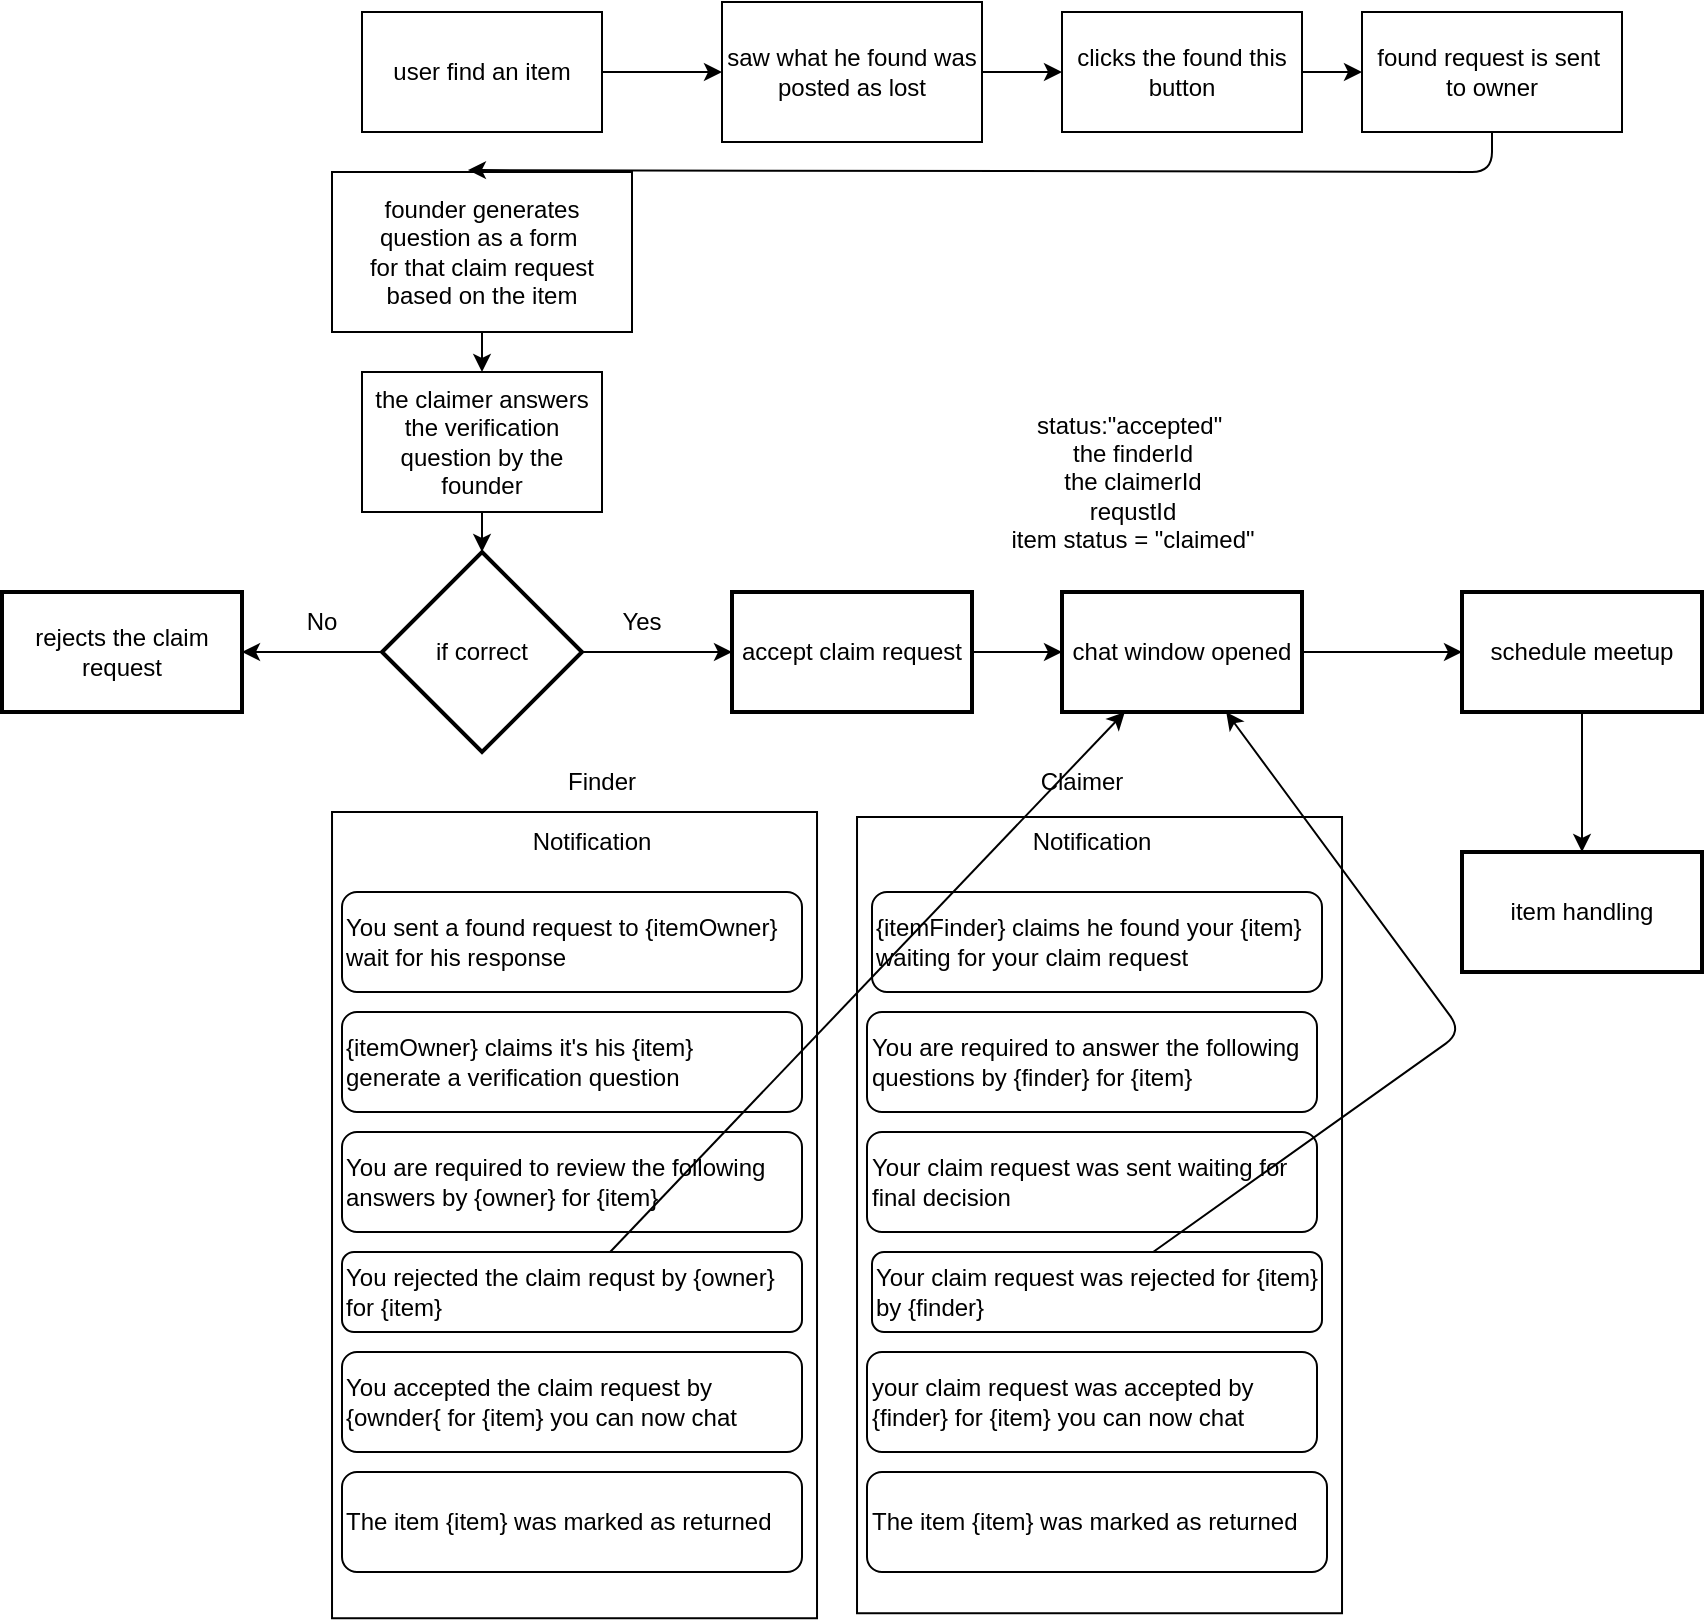
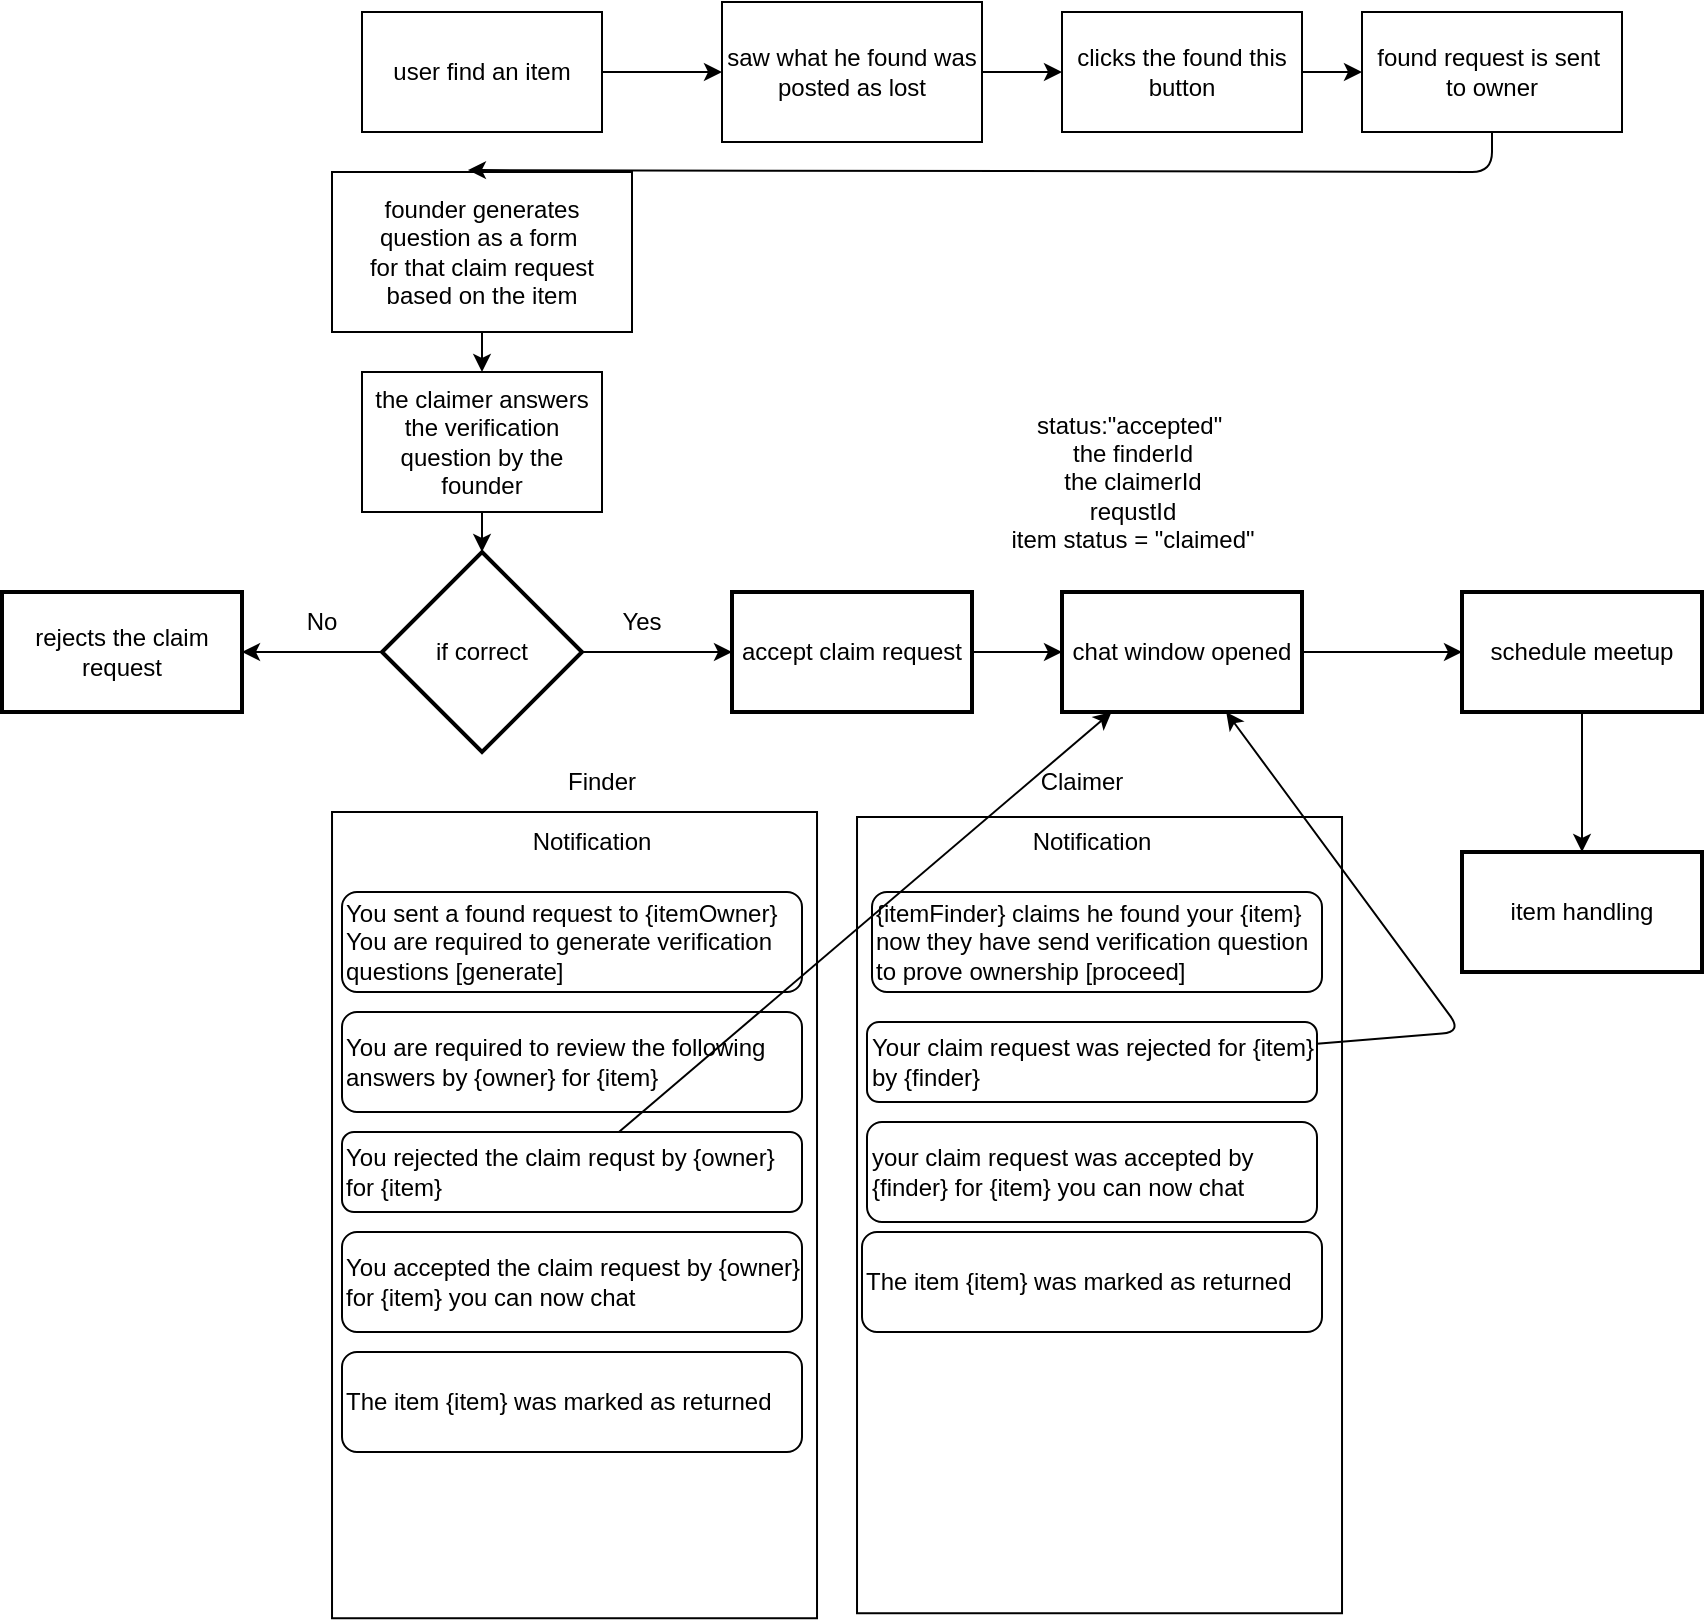
<mxfile host="65bd71144e">
    <diagram id="i1hBtsmhHRajQAO7jnXf" name="Page-1">
        <mxGraphModel dx="1720" dy="475" grid="1" gridSize="10" guides="1" tooltips="1" connect="1" arrows="1" fold="1" page="1" pageScale="1" pageWidth="850" pageHeight="1100" math="0" shadow="0">
            <root>
                <mxCell id="0"/>
                <mxCell id="1" parent="0"/>
                <mxCell id="119" value="" style="edgeStyle=none;html=1;" parent="1" source="120" target="122" edge="1">
                    <mxGeometry relative="1" as="geometry"/>
                </mxCell>
                <mxCell id="120" value="user find an item" style="rounded=0;whiteSpace=wrap;html=1;" parent="1" vertex="1">
                    <mxGeometry x="110" y="140" width="120" height="60" as="geometry"/>
                </mxCell>
                <mxCell id="121" value="" style="edgeStyle=none;html=1;" parent="1" source="122" target="124" edge="1">
                    <mxGeometry relative="1" as="geometry"/>
                </mxCell>
                <mxCell id="122" value="saw what he found was&lt;div&gt;posted as lost&lt;/div&gt;" style="rounded=0;whiteSpace=wrap;html=1;" parent="1" vertex="1">
                    <mxGeometry x="290" y="135" width="130" height="70" as="geometry"/>
                </mxCell>
                <mxCell id="123" value="" style="edgeStyle=none;html=1;" parent="1" source="124" target="125" edge="1">
                    <mxGeometry relative="1" as="geometry"/>
                </mxCell>
                <mxCell id="124" value="clicks the found this&lt;div&gt;button&lt;/div&gt;" style="rounded=0;whiteSpace=wrap;html=1;" parent="1" vertex="1">
                    <mxGeometry x="460" y="140" width="120" height="60" as="geometry"/>
                </mxCell>
                <mxCell id="125" value="found request is sent&amp;nbsp;&lt;div&gt;to owner&lt;/div&gt;" style="rounded=0;whiteSpace=wrap;html=1;" parent="1" vertex="1">
                    <mxGeometry x="610" y="140" width="130" height="60" as="geometry"/>
                </mxCell>
                <mxCell id="126" value="" style="edgeStyle=none;html=1;" parent="1" source="127" target="142" edge="1">
                    <mxGeometry relative="1" as="geometry"/>
                </mxCell>
                <mxCell id="127" value="founder generates&lt;div&gt;question as a form&amp;nbsp;&lt;/div&gt;&lt;div&gt;for that claim request&lt;/div&gt;&lt;div&gt;based on the item&lt;/div&gt;" style="rounded=0;whiteSpace=wrap;html=1;" parent="1" vertex="1">
                    <mxGeometry x="95" y="220" width="150" height="80" as="geometry"/>
                </mxCell>
                <mxCell id="128" style="edgeStyle=none;html=1;entryX=0.453;entryY=-0.012;entryDx=0;entryDy=0;entryPerimeter=0;" parent="1" source="125" target="127" edge="1">
                    <mxGeometry relative="1" as="geometry">
                        <mxPoint x="160" y="260" as="targetPoint"/>
                        <Array as="points">
                            <mxPoint x="675" y="220"/>
                        </Array>
                    </mxGeometry>
                </mxCell>
                <mxCell id="129" value="" style="edgeStyle=none;html=1;" parent="1" source="131" target="132" edge="1">
                    <mxGeometry relative="1" as="geometry"/>
                </mxCell>
                <mxCell id="130" value="" style="edgeStyle=none;html=1;" parent="1" source="131" target="134" edge="1">
                    <mxGeometry relative="1" as="geometry"/>
                </mxCell>
                <mxCell id="131" value="if correct" style="strokeWidth=2;html=1;shape=mxgraph.flowchart.decision;whiteSpace=wrap;" parent="1" vertex="1">
                    <mxGeometry x="120" y="410" width="100" height="100" as="geometry"/>
                </mxCell>
                <mxCell id="132" value="rejects the claim request" style="whiteSpace=wrap;html=1;strokeWidth=2;" parent="1" vertex="1">
                    <mxGeometry x="-70" y="430" width="120" height="60" as="geometry"/>
                </mxCell>
                <mxCell id="133" value="" style="edgeStyle=none;html=1;" parent="1" source="134" target="138" edge="1">
                    <mxGeometry relative="1" as="geometry"/>
                </mxCell>
                <mxCell id="134" value="accept claim request" style="whiteSpace=wrap;html=1;strokeWidth=2;" parent="1" vertex="1">
                    <mxGeometry x="295" y="430" width="120" height="60" as="geometry"/>
                </mxCell>
                <mxCell id="135" value="No" style="text;html=1;align=center;verticalAlign=middle;whiteSpace=wrap;rounded=0;" parent="1" vertex="1">
                    <mxGeometry x="60" y="430" width="60" height="30" as="geometry"/>
                </mxCell>
                <mxCell id="136" value="Yes" style="text;html=1;align=center;verticalAlign=middle;whiteSpace=wrap;rounded=0;" parent="1" vertex="1">
                    <mxGeometry x="220" y="430" width="60" height="30" as="geometry"/>
                </mxCell>
                <mxCell id="137" value="" style="edgeStyle=none;html=1;" parent="1" source="138" target="140" edge="1">
                    <mxGeometry relative="1" as="geometry"/>
                </mxCell>
                <mxCell id="138" value="chat window opened" style="whiteSpace=wrap;html=1;strokeWidth=2;" parent="1" vertex="1">
                    <mxGeometry x="460" y="430" width="120" height="60" as="geometry"/>
                </mxCell>
                <mxCell id="139" value="" style="edgeStyle=none;html=1;" parent="1" source="140" target="162" edge="1">
                    <mxGeometry relative="1" as="geometry"/>
                </mxCell>
                <mxCell id="140" value="schedule meetup" style="whiteSpace=wrap;html=1;strokeWidth=2;" parent="1" vertex="1">
                    <mxGeometry x="660" y="430" width="120" height="60" as="geometry"/>
                </mxCell>
                <mxCell id="141" value="" style="edgeStyle=none;html=1;" parent="1" source="142" target="131" edge="1">
                    <mxGeometry relative="1" as="geometry"/>
                </mxCell>
                <mxCell id="142" value="the claimer answers&lt;div&gt;the verification question by the founder&lt;/div&gt;" style="whiteSpace=wrap;html=1;" parent="1" vertex="1">
                    <mxGeometry x="110" y="320" width="120" height="70" as="geometry"/>
                </mxCell>
                <mxCell id="143" value="" style="rounded=0;whiteSpace=wrap;html=1;rotation=90;" parent="1" vertex="1">
                    <mxGeometry x="14.7" y="620.31" width="403.12" height="242.5" as="geometry"/>
                </mxCell>
                <mxCell id="144" value="Notification" style="text;html=1;align=center;verticalAlign=middle;whiteSpace=wrap;rounded=0;" parent="1" vertex="1">
                    <mxGeometry x="170" y="540" width="110" height="30" as="geometry"/>
                </mxCell>
                <mxCell id="145" value="You rejected the claim requst by {owner} for {item}" style="rounded=1;whiteSpace=wrap;html=1;align=left;" parent="1" vertex="1">
-                     <mxGeometry x="100" y="760" width="230" height="40" as="geometry"/>
+                     <mxGeometry x="100" y="700" width="230" height="40" as="geometry"/>
                </mxCell>
-                 <mxCell id="146" value="&lt;div style=&quot;&quot;&gt;{itemOwner} claims it&#39;s his {item}&lt;/div&gt;&lt;div style=&quot;&quot;&gt;generate a verification question&lt;/div&gt;" style="rounded=1;whiteSpace=wrap;html=1;align=left;" parent="1" vertex="1">
+                 <mxCell id="147" value="You are required to review the following answers by {owner} for {item}" style="rounded=1;whiteSpace=wrap;html=1;align=left;" parent="1" vertex="1">
                    <mxGeometry x="100" y="640" width="230" height="50" as="geometry"/>
                </mxCell>
-                 <mxCell id="147" value="You are required to review the following answers by {owner} for {item}" style="rounded=1;whiteSpace=wrap;html=1;align=left;" parent="1" vertex="1">
-                     <mxGeometry x="100" y="700" width="230" height="50" as="geometry"/>
-                 </mxCell>
-                 <mxCell id="148" value="You accepted the claim request by {ownder{ for {item} you can now chat" style="rounded=1;whiteSpace=wrap;html=1;align=left;" parent="1" vertex="1">
-                     <mxGeometry x="100" y="810" width="230" height="50" as="geometry"/>
+                 <mxCell id="148" value="You accepted the claim request by {owner} for {item} you can now chat" style="rounded=1;whiteSpace=wrap;html=1;align=left;" parent="1" vertex="1">
+                     <mxGeometry x="100" y="750" width="230" height="50" as="geometry"/>
                </mxCell>
                <mxCell id="149" value="" style="rounded=0;whiteSpace=wrap;html=1;rotation=90;" parent="1" vertex="1">
                    <mxGeometry x="279.7" y="620.31" width="398.12" height="242.5" as="geometry"/>
                </mxCell>
                <mxCell id="150" value="Notification" style="text;html=1;align=center;verticalAlign=middle;whiteSpace=wrap;rounded=0;" parent="1" vertex="1">
                    <mxGeometry x="420" y="540" width="110" height="30" as="geometry"/>
                </mxCell>
                <mxCell id="151" value="Your claim request was rejected for {item}&lt;div&gt;by {finder}&lt;/div&gt;" style="rounded=1;whiteSpace=wrap;html=1;align=left;" parent="1" vertex="1">
-                     <mxGeometry x="365" y="760" width="225" height="40" as="geometry"/>
-                 </mxCell>
-                 <mxCell id="152" value="&lt;div style=&quot;&quot;&gt;You are required to answer the following&lt;/div&gt;&lt;div style=&quot;&quot;&gt;questions by {finder} for {item}&lt;/div&gt;" style="rounded=1;whiteSpace=wrap;html=1;align=left;" parent="1" vertex="1">
-                     <mxGeometry x="362.5" y="640" width="225" height="50" as="geometry"/>
-                 </mxCell>
-                 <mxCell id="153" value="Your claim request was sent waiting for final decision" style="rounded=1;whiteSpace=wrap;html=1;align=left;" parent="1" vertex="1">
-                     <mxGeometry x="362.5" y="700" width="225" height="50" as="geometry"/>
+                     <mxGeometry x="362.5" y="645" width="225" height="40" as="geometry"/>
                </mxCell>
                <mxCell id="154" value="your claim request was accepted by {finder} for {item} you can now chat" style="rounded=1;whiteSpace=wrap;html=1;align=left;" parent="1" vertex="1">
-                     <mxGeometry x="362.5" y="810" width="225" height="50" as="geometry"/>
+                     <mxGeometry x="362.5" y="695" width="225" height="50" as="geometry"/>
                </mxCell>
                <mxCell id="155" value="Finder" style="text;html=1;align=center;verticalAlign=middle;whiteSpace=wrap;rounded=0;" parent="1" vertex="1">
                    <mxGeometry x="200" y="510" width="60" height="30" as="geometry"/>
                </mxCell>
                <mxCell id="156" value="Claimer" style="text;html=1;align=center;verticalAlign=middle;whiteSpace=wrap;rounded=0;" parent="1" vertex="1">
                    <mxGeometry x="440" y="510" width="60" height="30" as="geometry"/>
                </mxCell>
-                 <mxCell id="157" value="You sent a found request to {itemOwner}&lt;div&gt;wait for his response&lt;/div&gt;" style="rounded=1;whiteSpace=wrap;html=1;align=left;" parent="1" vertex="1">
+                 <mxCell id="157" value="You sent a found request to {itemOwner}&lt;div&gt;You are required to generate verification questions [generate]&lt;/div&gt;" style="rounded=1;whiteSpace=wrap;html=1;align=left;" parent="1" vertex="1">
                    <mxGeometry x="100" y="580" width="230" height="50" as="geometry"/>
                </mxCell>
-                 <mxCell id="158" value="{itemFinder} claims he found your {item}&lt;div&gt;waiting for your claim request&lt;/div&gt;" style="rounded=1;whiteSpace=wrap;html=1;align=left;" parent="1" vertex="1">
+                 <mxCell id="158" value="{itemFinder} claims he found your {item}&lt;div&gt;now they have send verification question to prove ownership [proceed]&lt;/div&gt;" style="rounded=1;whiteSpace=wrap;html=1;align=left;" parent="1" vertex="1">
                    <mxGeometry x="365" y="580" width="225" height="50" as="geometry"/>
                </mxCell>
                <mxCell id="159" style="edgeStyle=none;html=1;" parent="1" source="151" target="138" edge="1">
                    <mxGeometry relative="1" as="geometry">
                        <Array as="points">
                            <mxPoint x="660" y="650"/>
                        </Array>
                    </mxGeometry>
                </mxCell>
                <mxCell id="160" style="edgeStyle=none;html=1;" parent="1" source="145" target="138" edge="1">
                    <mxGeometry relative="1" as="geometry">
                        <mxPoint x="60" y="780" as="targetPoint"/>
                    </mxGeometry>
                </mxCell>
                <mxCell id="161" value="status:&quot;accepted&quot;&amp;nbsp;&lt;div&gt;the finderId&lt;/div&gt;&lt;div&gt;the claimerId&lt;/div&gt;&lt;div&gt;requstId&lt;/div&gt;&lt;div&gt;item status = &quot;claimed&quot;&lt;/div&gt;" style="text;html=1;align=center;verticalAlign=middle;resizable=0;points=[];autosize=1;strokeColor=none;fillColor=none;" parent="1" vertex="1">
                    <mxGeometry x="420" y="330" width="150" height="90" as="geometry"/>
                </mxCell>
                <mxCell id="162" value="item handling" style="whiteSpace=wrap;html=1;strokeWidth=2;" parent="1" vertex="1">
                    <mxGeometry x="660" y="560" width="120" height="60" as="geometry"/>
                </mxCell>
                <mxCell id="163" value="The item {item} was marked as returned" style="rounded=1;whiteSpace=wrap;html=1;align=left;" parent="1" vertex="1">
-                     <mxGeometry x="100" y="870" width="230" height="50" as="geometry"/>
+                     <mxGeometry x="100" y="810" width="230" height="50" as="geometry"/>
                </mxCell>
                <mxCell id="164" value="The item {item} was marked as returned" style="rounded=1;whiteSpace=wrap;html=1;align=left;" parent="1" vertex="1">
-                     <mxGeometry x="362.5" y="870" width="230" height="50" as="geometry"/>
+                     <mxGeometry x="360" y="750" width="230" height="50" as="geometry"/>
                </mxCell>
            </root>
        </mxGraphModel>
    </diagram>
</mxfile>